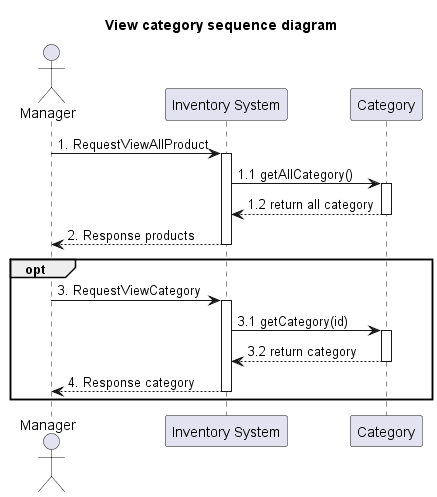
Above: out/system-analysis/sequence/_3_1_sequence-view-category/_3_1_sequence-view-category.png in billowdev/inventory-system-plantuml-sequelize-seeder-example (PlantUML), before the change. Source of this version:
```plantuml
@startuml
title View category sequence diagram

actor Manager as actorManager
participant "Inventory System" as InventorySystem
participant "Category" as classCategory


actorManager -> InventorySystem: 1. RequestViewAllProduct
activate InventorySystem

InventorySystem -> classCategory: 1.1 getAllCategory()
activate classCategory

classCategory --> InventorySystem: 1.2 return all category
deactivate classCategory



InventorySystem --> actorManager : 2. Response products

deactivate InventorySystem


opt
actorManager -> InventorySystem: 3. RequestViewCategory
activate InventorySystem

InventorySystem -> classCategory: 3.1 getCategory(id)
activate classCategory

classCategory --> InventorySystem: 3.2 return category
deactivate classCategory


InventorySystem --> actorManager : 4. Response category

deactivate InventorySystem
end

@enduml
```
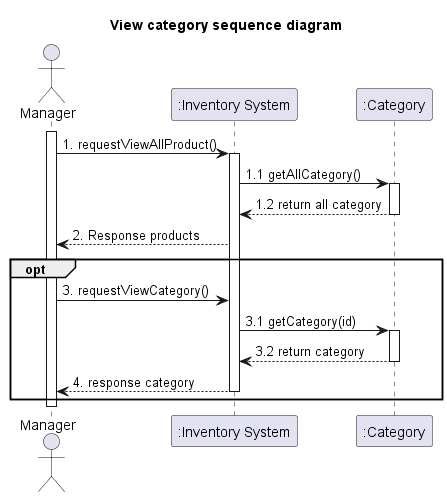
Later version of the same file.

What changed in the source:
```diff
@@ -2,11 +2,12 @@
 title View category sequence diagram
 
 actor Manager as actorManager
-participant "Inventory System" as InventorySystem
-participant "Category" as classCategory
+participant ":Inventory System" as InventorySystem
+participant ":Category" as classCategory
 
+activate actorManager
 
-actorManager -> InventorySystem: 1. RequestViewAllProduct
+actorManager -> InventorySystem: 1. requestViewAllProduct()
 activate InventorySystem
 
 InventorySystem -> classCategory: 1.1 getAllCategory()
@@ -16,15 +17,13 @@
 deactivate classCategory
 
 
-
 InventorySystem --> actorManager : 2. Response products
 
-deactivate InventorySystem
 
 
 opt
-actorManager -> InventorySystem: 3. RequestViewCategory
-activate InventorySystem
+actorManager -> InventorySystem: 3. requestViewCategory()
+
 
 InventorySystem -> classCategory: 3.1 getCategory(id)
 activate classCategory
@@ -32,10 +31,11 @@
 classCategory --> InventorySystem: 3.2 return category
 deactivate classCategory
 
-
-InventorySystem --> actorManager : 4. Response category
+InventorySystem --> actorManager : 4. response category
 
 deactivate InventorySystem
 end
 
+deactivate actorManager
+
 @enduml
```
